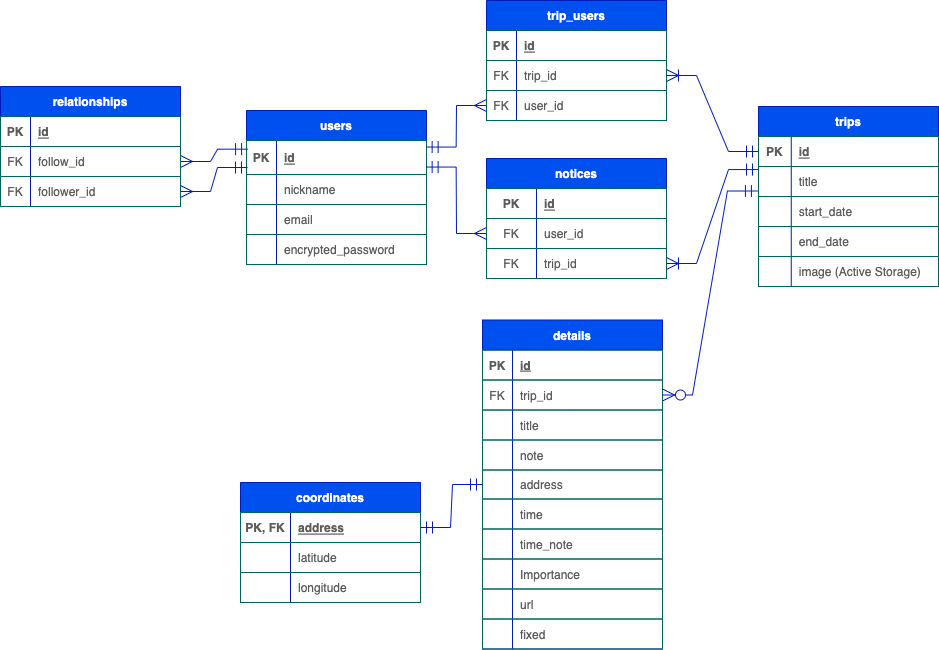
This is er.png from satomi46/trip_maker, a draw.io export, as it was before one commit. Source tidied: cells renumbered, new cells last; positions are measured from the earlier drawing's top-left corner, leaving out a move shared by most shapes.
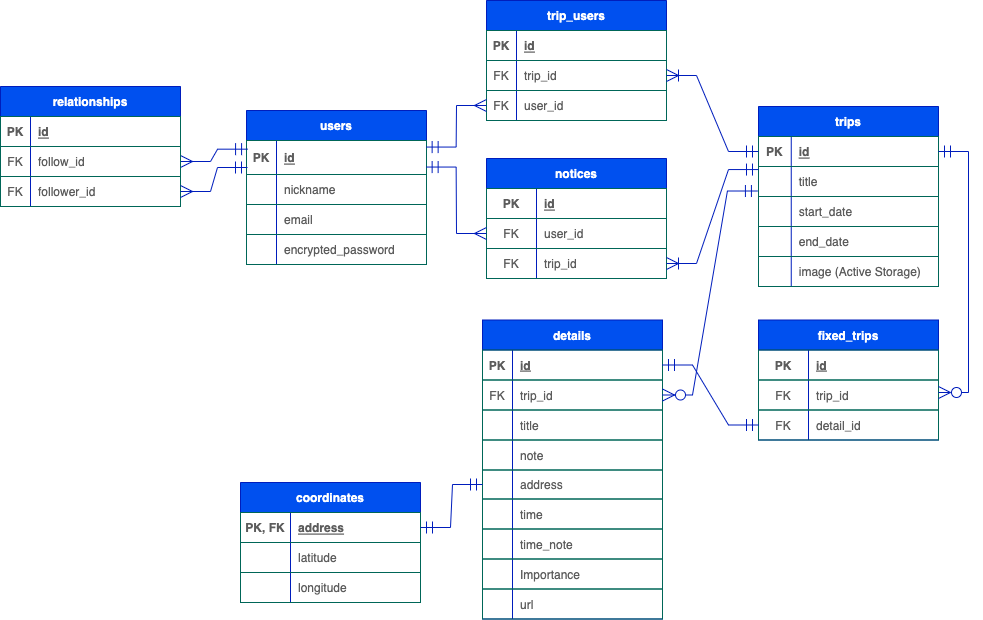
The same diagram one commit later.

Commit message:
fixed_tripsモデルの作成、アソシエーションの定義、ER図の変更

What changed in the source:
```diff
@@ -90,7 +90,7 @@
       <mxGeometry x="32.8" width="147.2" height="30" as="geometry" />
     </mxCell>
     <mxCell id="31" value="details" style="shape=table;startSize=30;rowLines=0;fontStyle=1;align=center;rounded=0;fillColor=#0050ef;strokeColor=#001DBC;fontColor=#ffffff;fixDash=0;" parent="1" vertex="1">
-      <mxGeometry x="482" y="319.5" width="180" height="329" as="geometry" />
+      <mxGeometry x="482" y="319.5" width="180" height="299" as="geometry" />
     </mxCell>
     <mxCell id="32" style="shape=tableRow;horizontal=0;startSize=0;swimlaneHead=0;swimlaneBody=0;fillColor=none;points=[[0,0.5],[1,0.5]];portConstraint=eastwest;top=0;left=0;right=0;bottom=1;rounded=0;strokeColor=#006658;fontColor=#5C5C5C;" parent="31" vertex="1">
       <mxGeometry y="30" width="180" height="30" as="geometry" />
@@ -173,15 +173,6 @@
     <mxCell id="58" value="url" style="shape=partialRectangle;fillColor=none;top=0;left=0;bottom=0;right=0;align=left;spacingLeft=6;overflow=hidden;rounded=0;strokeColor=#006658;fontColor=#5C5C5C;" parent="56" vertex="1">
       <mxGeometry x="30" width="150" height="30" as="geometry" />
     </mxCell>
-    <mxCell id="59" style="shape=tableRow;horizontal=0;startSize=0;swimlaneHead=0;swimlaneBody=0;fillColor=none;top=0;left=0;right=0;bottom=0;rounded=0;strokeColor=#006658;fontColor=#5C5C5C;" parent="31" vertex="1">
-      <mxGeometry y="299" width="180" height="30" as="geometry" />
-    </mxCell>
-    <mxCell id="60" style="shape=partialRectangle;fillColor=none;top=0;left=0;bottom=0;right=0;overflow=hidden;rounded=0;strokeColor=#006658;fontColor=#5C5C5C;" parent="59" vertex="1">
-      <mxGeometry width="30" height="30" as="geometry" />
-    </mxCell>
-    <mxCell id="61" value="fixed" style="shape=partialRectangle;fillColor=none;top=0;left=0;bottom=0;right=0;align=left;spacingLeft=6;overflow=hidden;rounded=0;strokeColor=#006658;fontColor=#5C5C5C;" parent="59" vertex="1">
-      <mxGeometry x="30" width="150" height="30" as="geometry" />
-    </mxCell>
     <mxCell id="62" value="coordinates" style="shape=table;startSize=30;rowLines=0;fontStyle=1;align=center;rounded=0;fillColor=#0050ef;strokeColor=#001DBC;fontColor=#ffffff;fixDash=0;" parent="1" vertex="1">
       <mxGeometry x="240" y="482" width="180" height="120" as="geometry" />
     </mxCell>
@@ -328,5 +319,43 @@
     <mxCell id="109" style="edgeStyle=entityRelationEdgeStyle;rounded=0;jettySize=auto;html=1;entryX=0.998;entryY=0.781;entryDx=0;entryDy=0;startArrow=ERmany;startFill=0;endArrow=ERmandOne;endFill=0;startSize=10;endSize=10;targetPerimeterSpacing=0;strokeColor=#001DBC;fontColor=#ffffff;fillColor=#0050ef;fixDash=0;snapToPoint=0;fontSize=12;fontStyle=1;entryPerimeter=0;exitX=0;exitY=0.5;exitDx=0;exitDy=0;" parent="1" edge="1" source="102" target="3">
       <mxGeometry relative="1" as="geometry" />
     </mxCell>
+    <mxCell id="110" value="fixed_trips" style="shape=table;startSize=30;rowLines=0;fontStyle=1;align=center;rounded=0;fillColor=#0050ef;strokeColor=#001DBC;fontColor=#ffffff;fixDash=0;" parent="1" vertex="1">
+      <mxGeometry x="758" y="319.5" width="180" height="120" as="geometry" />
+    </mxCell>
+    <mxCell id="111" style="shape=tableRow;horizontal=0;startSize=0;swimlaneHead=0;swimlaneBody=0;fillColor=none;top=0;left=0;right=0;bottom=1;rounded=0;strokeColor=#006658;fontColor=#5C5C5C;" parent="110" vertex="1">
+      <mxGeometry y="30" width="180" height="30" as="geometry" />
+    </mxCell>
+    <mxCell id="112" value="PK" style="shape=partialRectangle;fillColor=none;top=0;left=0;bottom=0;right=0;fontStyle=1;overflow=hidden;rounded=0;strokeColor=#006658;fontColor=#5C5C5C;" parent="111" vertex="1">
+      <mxGeometry width="50" height="30" as="geometry" />
+    </mxCell>
+    <mxCell id="113" value="id" style="shape=partialRectangle;fillColor=none;top=0;left=0;bottom=0;right=0;align=left;spacingLeft=6;fontStyle=5;overflow=hidden;rounded=0;strokeColor=#006658;fontColor=#5C5C5C;" parent="111" vertex="1">
+      <mxGeometry x="50" width="130" height="30" as="geometry" />
+    </mxCell>
+    <mxCell id="114" style="shape=tableRow;horizontal=0;startSize=0;swimlaneHead=0;swimlaneBody=0;fillColor=none;top=0;left=0;right=0;bottom=0;rounded=0;strokeColor=#006658;fontColor=#5C5C5C;" parent="110" vertex="1">
+      <mxGeometry y="60" width="180" height="30" as="geometry" />
+    </mxCell>
+    <mxCell id="115" value="FK" style="shape=partialRectangle;fillColor=none;top=0;left=0;bottom=0;right=0;overflow=hidden;rounded=0;strokeColor=#006658;fontColor=#5C5C5C;" parent="114" vertex="1">
+      <mxGeometry width="50" height="30" as="geometry" />
+    </mxCell>
+    <mxCell id="116" value="trip_id" style="shape=partialRectangle;fillColor=none;top=0;left=0;bottom=0;right=0;align=left;spacingLeft=6;overflow=hidden;rounded=0;strokeColor=#006658;fontColor=#5C5C5C;" parent="114" vertex="1">
+      <mxGeometry x="50" width="130" height="30" as="geometry" />
+    </mxCell>
+    <mxCell id="117" style="shape=tableRow;horizontal=0;startSize=0;swimlaneHead=0;swimlaneBody=0;fillColor=none;points=[[0,0.5],[1,0.5]];portConstraint=eastwest;top=0;left=0;right=0;bottom=0;rounded=0;strokeColor=#006658;fontColor=#5C5C5C;" parent="110" vertex="1">
+      <mxGeometry y="90" width="180" height="30" as="geometry" />
+    </mxCell>
+    <mxCell id="118" value="FK" style="shape=partialRectangle;fillColor=none;top=0;left=0;bottom=0;right=0;overflow=hidden;rounded=0;strokeColor=#006658;fontColor=#5C5C5C;" parent="117" vertex="1">
+      <mxGeometry width="50" height="30" as="geometry" />
+    </mxCell>
+    <mxCell id="119" value="detail_id" style="shape=partialRectangle;fillColor=none;top=0;left=0;bottom=0;right=0;align=left;spacingLeft=6;overflow=hidden;rounded=0;strokeColor=#006658;fontColor=#5C5C5C;" parent="117" vertex="1">
+      <mxGeometry x="50" width="130" height="30" as="geometry" />
+    </mxCell>
+    <mxCell id="120" style="edgeStyle=entityRelationEdgeStyle;rounded=0;jettySize=auto;html=1;exitX=0;exitY=0.5;exitDx=0;exitDy=0;entryX=1;entryY=0.5;entryDx=0;entryDy=0;startSize=10;endSize=10;targetPerimeterSpacing=0;startArrow=ERmandOne;startFill=0;endArrow=ERmandOne;endFill=0;strokeColor=#001DBC;fontColor=#ffffff;fillColor=#0050ef;fixDash=0;snapToPoint=0;fontSize=12;fontStyle=1;" parent="1" edge="1" source="117" target="32">
+      <mxGeometry relative="1" as="geometry" />
+    </mxCell>
+    <mxCell id="121" style="edgeStyle=entityRelationEdgeStyle;fontSize=12;html=1;endArrow=ERmandOne;startArrow=ERzeroToMany;rounded=0;exitX=1;exitY=0.5;exitDx=0;exitDy=0;endSize=10;startSize=10;targetPerimeterSpacing=0;strokeColor=#001DBC;fontColor=#ffffff;fillColor=#0050ef;fixDash=0;snapToPoint=0;fontStyle=1;entryX=1;entryY=0.5;entryDx=0;entryDy=0;endFill=0;startFill=0;" parent="1" edge="1" target="16">
+      <mxGeometry relative="1" as="geometry">
+        <mxPoint x="938" y="392" as="sourcePoint" />
+      </mxGeometry>
+    </mxCell>
   </root>
 </mxGraphModel>
```
